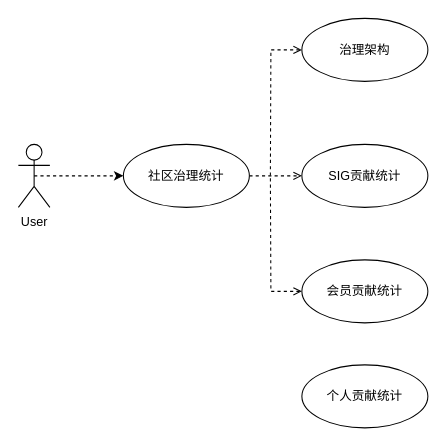
This is 社区治理用例.drawio from weijiang1994/draw-io, a draw.io file, before an edit. Source tidied: cells renumbered, new cells numbered last; positions are measured from the earlier drawing's top-left corner, leaving out a move shared by most shapes. Both pictures are drawn from the tidied source at 105%, with x=0, y=0 at pixel (18, 18).
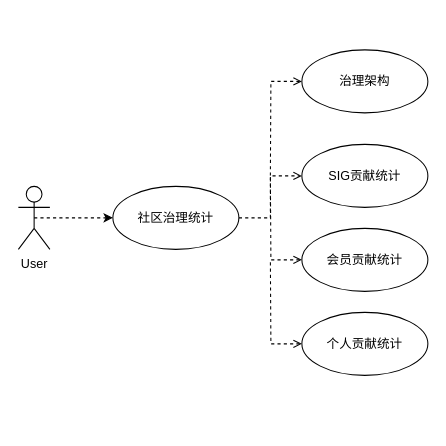
Above is the later version.

Commit message (it also covers changes not shown here):
更新社区治理用例.drawio

Diff of the diagram source:
```diff
@@
 <mxGraphModel>
   <root>
     <mxCell id="0" />
     <mxCell id="1" parent="0" />
     <mxCell id="2" style="edgeStyle=orthogonalEdgeStyle;rounded=0;jettySize=auto;html=1;exitX=0.5;exitY=0.5;exitDx=0;exitDy=0;exitPerimeter=0;entryX=0;entryY=0.5;entryDx=0;entryDy=0;dashed=1;" parent="1" edge="1" source="3" target="5">
       <mxGeometry relative="1" as="geometry" />
     </mxCell>
     <mxCell id="3" value="User" style="shape=umlActor;verticalLabelPosition=bottom;verticalAlign=top;html=1;outlineConnect=0;" parent="1" vertex="1">
-      <mxGeometry y="120" width="30" height="60" as="geometry" />
+      <mxGeometry y="160" width="30" height="60" as="geometry" />
     </mxCell>
     <mxCell id="4" style="edgeStyle=orthogonalEdgeStyle;rounded=0;jettySize=auto;html=1;exitX=1;exitY=0.5;exitDx=0;exitDy=0;entryX=0;entryY=0.5;entryDx=0;entryDy=0;dashed=1;startArrow=none;startFill=0;endArrow=open;endFill=0;" parent="1" edge="1" source="5" target="8">
       <mxGeometry relative="1" as="geometry" />
     </mxCell>
     <mxCell id="5" value="社区治理统计" style="ellipse;whiteSpace=wrap;html=1;" parent="1" vertex="1">
-      <mxGeometry x="100" y="120" width="120" height="60" as="geometry" />
+      <mxGeometry x="90" y="160" width="120" height="60" as="geometry" />
     </mxCell>
     <mxCell id="6" style="edgeStyle=orthogonalEdgeStyle;rounded=0;jettySize=auto;html=1;exitX=0;exitY=0.5;exitDx=0;exitDy=0;dashed=1;startArrow=open;startFill=0;endArrow=none;endFill=0;" parent="1" edge="1" source="7">
       <mxGeometry relative="1" as="geometry">
         <mxPoint x="240" y="150" as="targetPoint" />
       </mxGeometry>
     </mxCell>
     <mxCell id="7" value="治理架构" style="ellipse;whiteSpace=wrap;html=1;" parent="1" vertex="1">
-      <mxGeometry x="270" width="120" height="60" as="geometry" />
+      <mxGeometry x="270" y="30" width="120" height="60" as="geometry" />
     </mxCell>
     <mxCell id="8" value="SIG贡献统计" style="ellipse;whiteSpace=wrap;html=1;" parent="1" vertex="1">
       <mxGeometry x="270" y="120" width="120" height="60" as="geometry" />
     </mxCell>
     <mxCell id="9" style="edgeStyle=orthogonalEdgeStyle;rounded=0;jettySize=auto;html=1;exitX=0;exitY=0.5;exitDx=0;exitDy=0;dashed=1;startArrow=open;startFill=0;endArrow=none;endFill=0;" parent="1" edge="1" source="10">
       <mxGeometry relative="1" as="geometry">
         <mxPoint x="240" y="150" as="targetPoint" />
       </mxGeometry>
     </mxCell>
     <mxCell id="10" value="会员贡献统计" style="ellipse;whiteSpace=wrap;html=1;" parent="1" vertex="1">
-      <mxGeometry x="270" y="230" width="120" height="60" as="geometry" />
+      <mxGeometry x="270" y="200" width="120" height="60" as="geometry" />
     </mxCell>
+    <mxCell id="12" style="edgeStyle=orthogonalEdgeStyle;rounded=0;jettySize=auto;html=1;exitX=0;exitY=0.5;exitDx=0;exitDy=0;startArrow=open;startFill=0;endArrow=none;endFill=0;dashed=1;" parent="1" edge="1" source="11">
+      <mxGeometry relative="1" as="geometry">
+        <mxPoint x="240" y="230" as="targetPoint" />
+      </mxGeometry>
+    </mxCell>
     <mxCell id="11" value="个人贡献统计" style="ellipse;whiteSpace=wrap;html=1;" parent="1" vertex="1">
-      <mxGeometry x="270" y="330" width="120" height="60" as="geometry" />
+      <mxGeometry x="270" y="280" width="120" height="60" as="geometry" />
     </mxCell>
   </root>
 </mxGraphModel>
```
